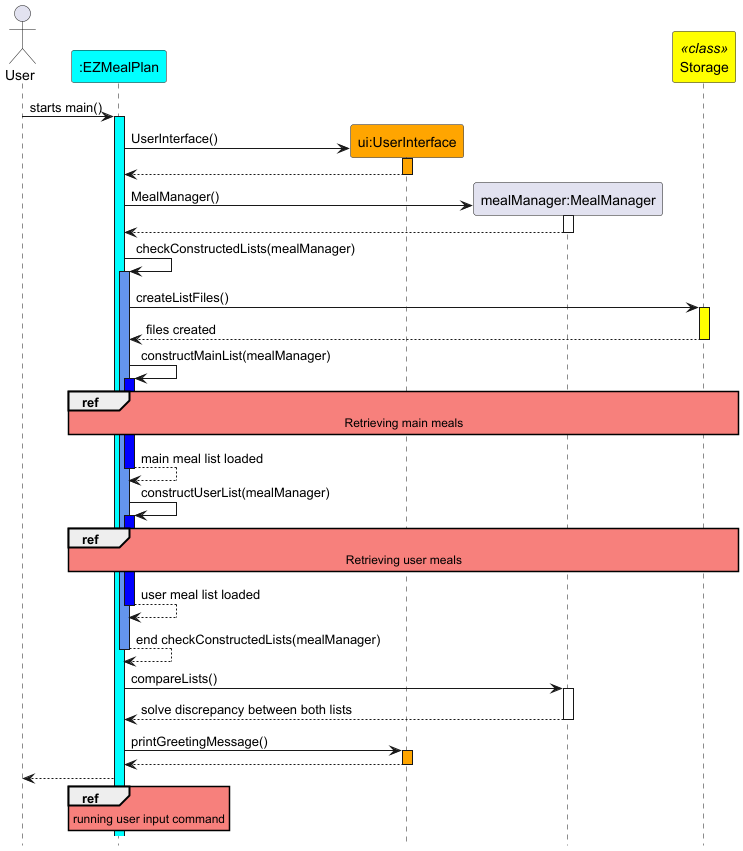
Before: docs/diagrams/BootingUpEZMealPlan.png, a diagram exported from PlantUML (wentuoc/tp).
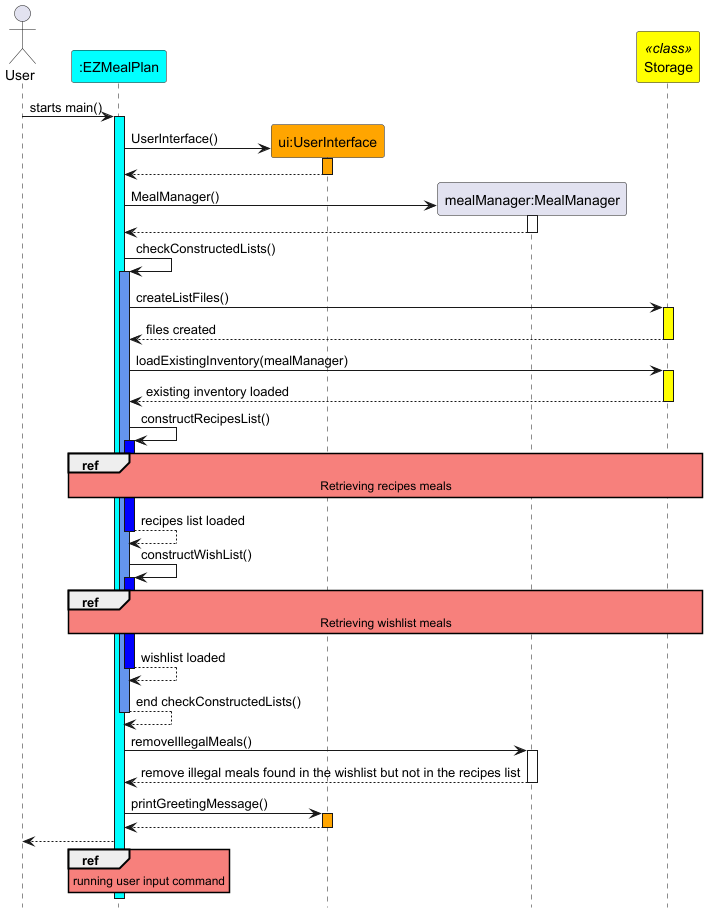
Above is the later version.

Change to the diagram source:
```diff
@@ -21,31 +21,35 @@
 activate MealManager
 MealManager --> EZMealPlan
 deactivate MealManager
-EZMealPlan -> EZMealPlan : checkConstructedLists(mealManager)
+EZMealPlan -> EZMealPlan : checkConstructedLists()
 activate EZMealPlan #cornflowerblue
 EZMealPlan -> Storage : createListFiles()
 activate Storage #yellow
 Storage --> EZMealPlan : files created
 deactivate Storage #yellow
-EZMealPlan -> EZMealPlan : constructMainList(mealManager)
+EZMealPlan -> Storage : loadExistingInventory(mealManager)
+activate Storage #yellow
+Storage --> EZMealPlan : existing inventory loaded
+deactivate Storage #yellow
+EZMealPlan -> EZMealPlan : constructRecipesList()
 activate EZMealPlan #blue
 ref over EZMealPlan, Storage
-Retrieving main meals
+Retrieving recipes meals
 end ref
-EZMealPlan --> EZMealPlan : main meal list loaded
+EZMealPlan --> EZMealPlan : recipes list loaded
 deactivate EZMealPlan
-EZMealPlan -> EZMealPlan : constructUserList(mealManager)
+EZMealPlan -> EZMealPlan : constructWishList()
 activate EZMealPlan #blue
 ref over EZMealPlan, Storage
-Retrieving user meals
+Retrieving wishlist meals
 end ref
-EZMealPlan --> EZMealPlan : user meal list loaded
+EZMealPlan --> EZMealPlan : wishlist loaded
 deactivate EZMealPlan
-EZMealPlan --> EZMealPlan : end checkConstructedLists(mealManager)
+EZMealPlan --> EZMealPlan : end checkConstructedLists()
 deactivate EZMealPlan
-EZMealPlan -> MealManager : compareLists()
+EZMealPlan -> MealManager : removeIllegalMeals()
 activate MealManager
-MealManager --> EZMealPlan : solve discrepancy between both lists
+MealManager --> EZMealPlan : remove illegal meals found in the wishlist but not in the recipes list
 deactivate MealManager
 EZMealPlan -> UserInterface : printGreetingMessage()
 activate UserInterface #orange
```
